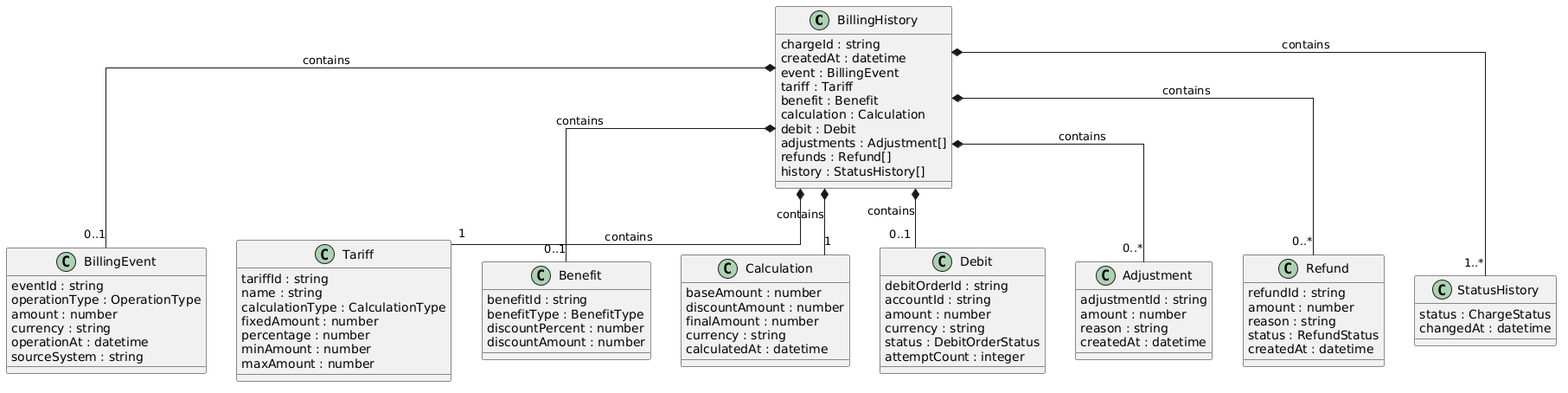
yusupchonok/banking-billing-system keeps this PlantUML diagram as bbs_mongodb_class_diagram.png. Above is the earlier version.
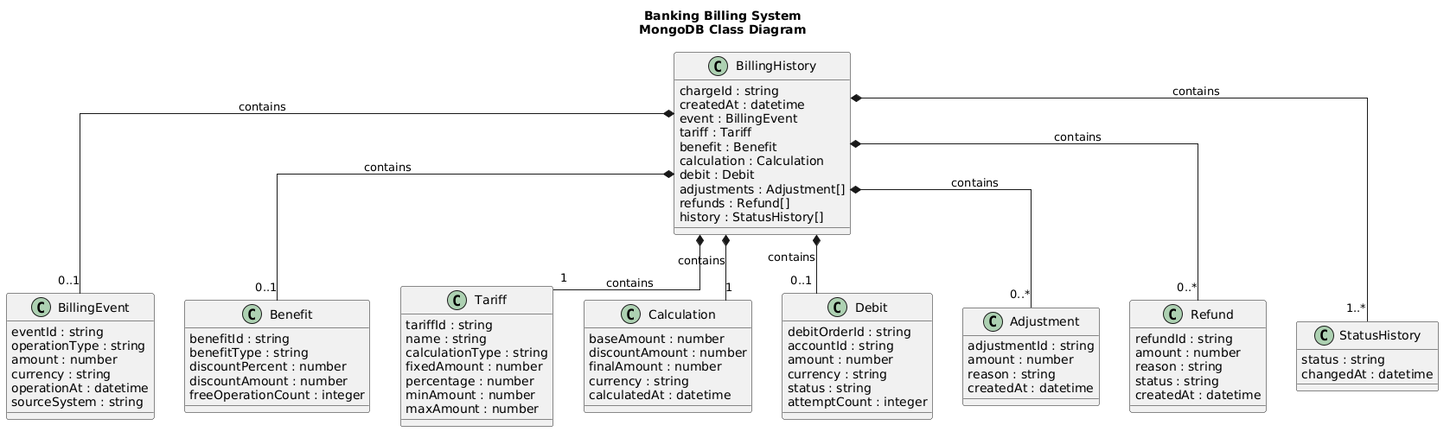
The same diagram one commit later.

The edit, as a diff of the source:
```diff
@@ -1,4 +1,6 @@
 @startuml
+title Banking Billing System\nMongoDB Class Diagram
+
 skinparam classAttributeIconSize 0
 skinparam shadowing false
 skinparam defaultFontName Arial
@@ -19,28 +21,29 @@
 
 class BillingEvent {
   eventId : string
-  operationType : OperationType
+  operationType : string
   amount : number
   currency : string
   operationAt : datetime
   sourceSystem : string
 }
 
+class Benefit {
+  benefitId : string
+  benefitType : string
+  discountPercent : number
+  discountAmount : number
+  freeOperationCount : integer
+}
+
 class Tariff {
   tariffId : string
   name : string
-  calculationType : CalculationType
+  calculationType : string
   fixedAmount : number
   percentage : number
   minAmount : number
   maxAmount : number
-}
-
-class Benefit {
-  benefitId : string
-  benefitType : BenefitType
-  discountPercent : number
-  discountAmount : number
 }
 
 class Calculation {
@@ -56,7 +59,7 @@
   accountId : string
   amount : number
   currency : string
-  status : DebitOrderStatus
+  status : string
   attemptCount : integer
 }
 
@@ -71,12 +74,12 @@
   refundId : string
   amount : number
   reason : string
-  status : RefundStatus
+  status : string
   createdAt : datetime
 }
 
 class StatusHistory {
-  status : ChargeStatus
+  status : string
   changedAt : datetime
 }
 
```
